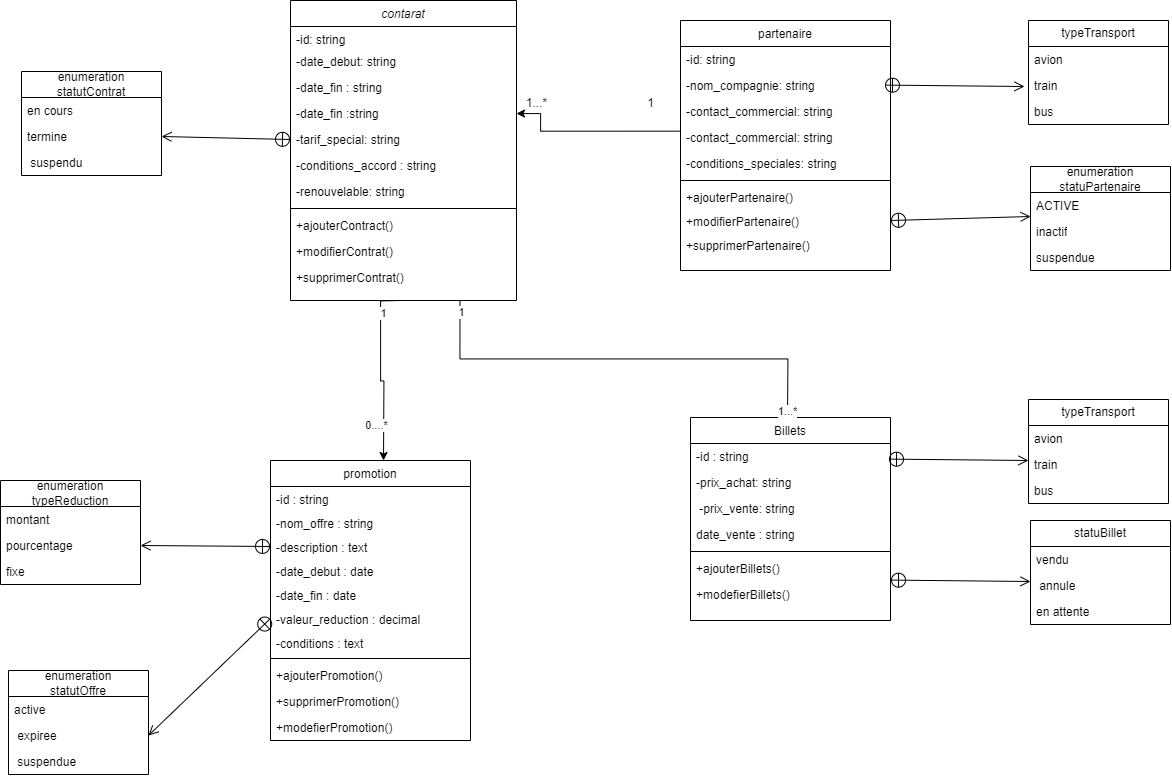
Before: assets/Diagramme sans nom.drawio (1).png, a diagram exported from draw.io (sanaa-ennaji/EcoMove). Source tidied: cells renumbered, new cells last; positions are measured from the earlier drawing's top-left corner, leaving out a move shared by most shapes.
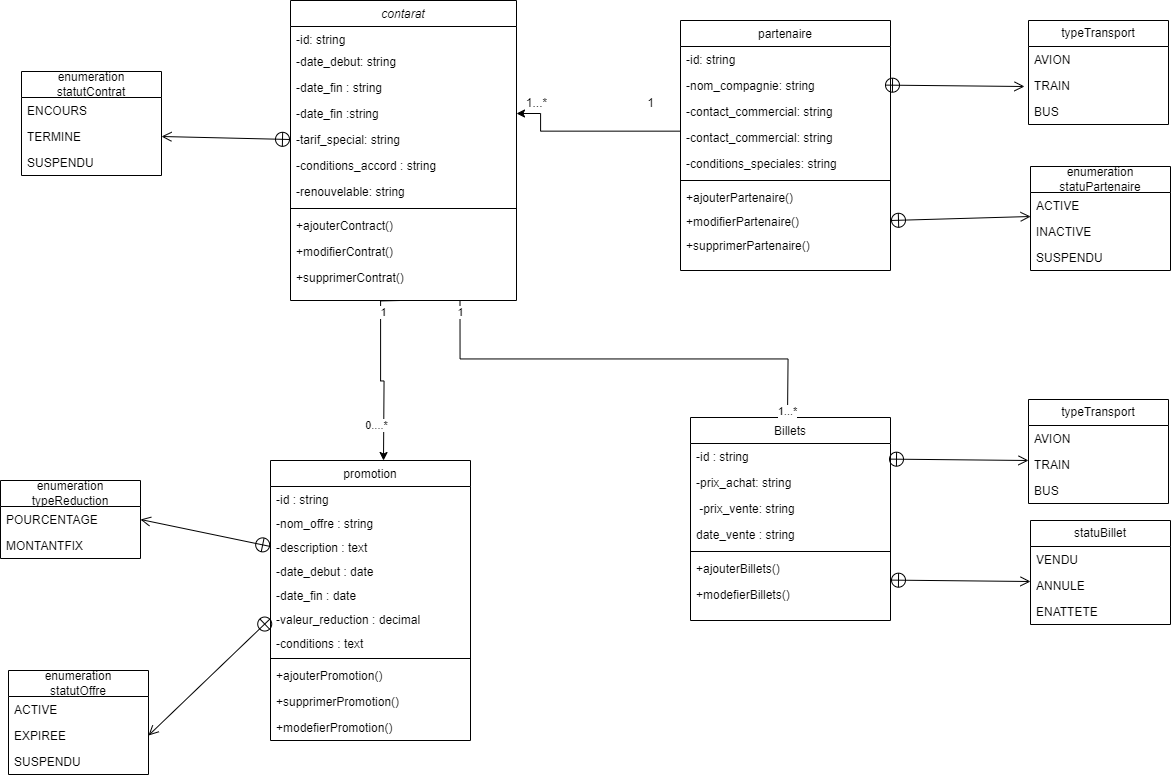
After the change.

What changed in the source:
```diff
@@ -171,13 +171,13 @@
     <mxCell id="53" value="&lt;div&gt;&lt;span style=&quot;text-align: left; text-wrap: nowrap;&quot;&gt;enumeration&lt;/span&gt;&lt;/div&gt;&lt;span style=&quot;text-align: left; text-wrap: nowrap;&quot;&gt;statutContrat&lt;/span&gt;" style="swimlane;fontStyle=0;horizontal=1;startSize=26;fillColor=none;whiteSpace=wrap;html=1;" parent="1" vertex="1">
       <mxGeometry x="21" y="71" width="140" height="104" as="geometry" />
     </mxCell>
-    <mxCell id="54" value="en cours" style="text;strokeColor=none;fillColor=none;align=left;verticalAlign=top;spacingLeft=4;spacingRight=4;overflow=hidden;whiteSpace=wrap;html=1;" parent="53" vertex="1">
+    <mxCell id="54" value="ENCOURS" style="text;strokeColor=none;fillColor=none;align=left;verticalAlign=top;spacingLeft=4;spacingRight=4;overflow=hidden;whiteSpace=wrap;html=1;" parent="53" vertex="1">
       <mxGeometry y="26" width="140" height="26" as="geometry" />
     </mxCell>
-    <mxCell id="55" value="termine" style="text;strokeColor=none;fillColor=none;align=left;verticalAlign=top;spacingLeft=4;spacingRight=4;overflow=hidden;points=[[0,0.5],[1,0.5]];portConstraint=eastwest;whiteSpace=wrap;html=1;" parent="53" vertex="1">
+    <mxCell id="55" value="TERMINE" style="text;strokeColor=none;fillColor=none;align=left;verticalAlign=top;spacingLeft=4;spacingRight=4;overflow=hidden;points=[[0,0.5],[1,0.5]];portConstraint=eastwest;whiteSpace=wrap;html=1;" parent="53" vertex="1">
       <mxGeometry y="52" width="140" height="26" as="geometry" />
     </mxCell>
-    <mxCell id="56" value="&amp;nbsp;suspendu" style="text;strokeColor=none;fillColor=none;align=left;verticalAlign=top;spacingLeft=4;spacingRight=4;overflow=hidden;whiteSpace=wrap;html=1;" parent="53" vertex="1">
+    <mxCell id="56" value="SUSPENDU" style="text;strokeColor=none;fillColor=none;align=left;verticalAlign=top;spacingLeft=4;spacingRight=4;overflow=hidden;whiteSpace=wrap;html=1;" parent="53" vertex="1">
       <mxGeometry y="78" width="140" height="26" as="geometry" />
     </mxCell>
     <mxCell id="57" style="endArrow=open;startArrow=circlePlus;endFill=0;startFill=0;endSize=8;html=1;rounded=0;exitX=0;exitY=0.5;exitDx=0;exitDy=0;entryX=1;entryY=0.5;entryDx=0;entryDy=0;" parent="1" edge="1" target="61">
@@ -193,26 +193,23 @@
     <mxCell id="59" value="&lt;div&gt;&lt;span style=&quot;text-align: left; text-wrap: nowrap;&quot;&gt;enumeration&lt;/span&gt;&lt;/div&gt;&lt;span style=&quot;text-align: left; text-wrap: nowrap;&quot;&gt;statutOffre&lt;/span&gt;" style="swimlane;fontStyle=0;horizontal=1;startSize=26;fillColor=none;whiteSpace=wrap;html=1;" parent="1" vertex="1">
       <mxGeometry x="8" y="670" width="140" height="104" as="geometry" />
     </mxCell>
-    <mxCell id="60" value="active" style="text;strokeColor=none;fillColor=none;align=left;verticalAlign=top;spacingLeft=4;spacingRight=4;overflow=hidden;whiteSpace=wrap;html=1;" parent="59" vertex="1">
+    <mxCell id="60" value="ACTIVE" style="text;strokeColor=none;fillColor=none;align=left;verticalAlign=top;spacingLeft=4;spacingRight=4;overflow=hidden;whiteSpace=wrap;html=1;" parent="59" vertex="1">
       <mxGeometry y="26" width="140" height="26" as="geometry" />
     </mxCell>
-    <mxCell id="61" value="&amp;nbsp;expiree" style="text;strokeColor=none;fillColor=none;align=left;verticalAlign=top;spacingLeft=4;spacingRight=4;overflow=hidden;points=[[0,0.5],[1,0.5]];portConstraint=eastwest;whiteSpace=wrap;html=1;" parent="59" vertex="1">
+    <mxCell id="61" value="EXPIREE" style="text;strokeColor=none;fillColor=none;align=left;verticalAlign=top;spacingLeft=4;spacingRight=4;overflow=hidden;points=[[0,0.5],[1,0.5]];portConstraint=eastwest;whiteSpace=wrap;html=1;" parent="59" vertex="1">
       <mxGeometry y="52" width="140" height="26" as="geometry" />
     </mxCell>
-    <mxCell id="62" value="&amp;nbsp;suspendue" style="text;strokeColor=none;fillColor=none;align=left;verticalAlign=top;spacingLeft=4;spacingRight=4;overflow=hidden;whiteSpace=wrap;html=1;" parent="59" vertex="1">
+    <mxCell id="62" value="SUSPENDU" style="text;strokeColor=none;fillColor=none;align=left;verticalAlign=top;spacingLeft=4;spacingRight=4;overflow=hidden;whiteSpace=wrap;html=1;" parent="59" vertex="1">
       <mxGeometry y="78" width="140" height="26" as="geometry" />
     </mxCell>
     <mxCell id="63" value="&lt;div&gt;&lt;span style=&quot;text-align: left; text-wrap: nowrap;&quot;&gt;enumeration&lt;/span&gt;&lt;/div&gt;&lt;span style=&quot;text-align: left; text-wrap: nowrap;&quot;&gt;typeReduction&lt;/span&gt;" style="swimlane;fontStyle=0;horizontal=1;startSize=26;fillColor=none;whiteSpace=wrap;html=1;" parent="1" vertex="1">
-      <mxGeometry y="480" width="140" height="104" as="geometry" />
+      <mxGeometry y="480" width="140" height="78" as="geometry" />
     </mxCell>
-    <mxCell id="64" value="montant&amp;nbsp;" style="text;strokeColor=none;fillColor=none;align=left;verticalAlign=top;spacingLeft=4;spacingRight=4;overflow=hidden;whiteSpace=wrap;html=1;" parent="63" vertex="1">
-      <mxGeometry y="26" width="140" height="26" as="geometry" />
-    </mxCell>
-    <mxCell id="65" value="pourcentage" style="text;strokeColor=none;fillColor=none;align=left;verticalAlign=top;spacingLeft=4;spacingRight=4;overflow=hidden;points=[[0,0.5],[1,0.5]];portConstraint=eastwest;whiteSpace=wrap;html=1;" parent="63" vertex="1">
-      <mxGeometry y="52" width="140" height="26" as="geometry" />
+    <mxCell id="65" value="POURCENTAGE" style="text;strokeColor=none;fillColor=none;align=left;verticalAlign=top;spacingLeft=4;spacingRight=4;overflow=hidden;points=[[0,0.5],[1,0.5]];portConstraint=eastwest;whiteSpace=wrap;html=1;" parent="63" vertex="1">
+      <mxGeometry y="26" width="140" height="26" as="geometry" />
     </mxCell>
-    <mxCell id="66" value="fixe" style="text;strokeColor=none;fillColor=none;align=left;verticalAlign=top;spacingLeft=4;spacingRight=4;overflow=hidden;whiteSpace=wrap;html=1;" parent="63" vertex="1">
-      <mxGeometry y="78" width="140" height="26" as="geometry" />
+    <mxCell id="66" value="MONTANTFIX" style="text;strokeColor=none;fillColor=none;align=left;verticalAlign=top;spacingLeft=4;spacingRight=4;overflow=hidden;whiteSpace=wrap;html=1;" parent="63" vertex="1">
+      <mxGeometry y="52" width="140" height="26" as="geometry" />
     </mxCell>
     <mxCell id="67" style="endArrow=open;startArrow=circlePlus;endFill=0;startFill=0;endSize=8;html=1;rounded=0;exitX=0;exitY=0.5;exitDx=0;exitDy=0;entryX=1;entryY=0.5;entryDx=0;entryDy=0;" parent="1" edge="1" source="17" target="65">
       <mxGeometry relative="1" as="geometry" />
@@ -226,22 +223,22 @@
     <mxCell id="70" value="ACTIVE" style="text;strokeColor=none;fillColor=none;align=left;verticalAlign=top;spacingLeft=4;spacingRight=4;overflow=hidden;whiteSpace=wrap;html=1;" parent="69" vertex="1">
       <mxGeometry y="26" width="140" height="26" as="geometry" />
     </mxCell>
-    <mxCell id="71" value="inactif" style="text;strokeColor=none;fillColor=none;align=left;verticalAlign=top;spacingLeft=4;spacingRight=4;overflow=hidden;points=[[0,0.5],[1,0.5]];portConstraint=eastwest;whiteSpace=wrap;html=1;" parent="69" vertex="1">
+    <mxCell id="71" value="INACTIVE" style="text;strokeColor=none;fillColor=none;align=left;verticalAlign=top;spacingLeft=4;spacingRight=4;overflow=hidden;points=[[0,0.5],[1,0.5]];portConstraint=eastwest;whiteSpace=wrap;html=1;" parent="69" vertex="1">
       <mxGeometry y="52" width="140" height="26" as="geometry" />
     </mxCell>
-    <mxCell id="72" value="suspendue" style="text;strokeColor=none;fillColor=none;align=left;verticalAlign=top;spacingLeft=4;spacingRight=4;overflow=hidden;whiteSpace=wrap;html=1;" parent="69" vertex="1">
+    <mxCell id="72" value="SUSPENDU" style="text;strokeColor=none;fillColor=none;align=left;verticalAlign=top;spacingLeft=4;spacingRight=4;overflow=hidden;whiteSpace=wrap;html=1;" parent="69" vertex="1">
       <mxGeometry y="78" width="140" height="26" as="geometry" />
     </mxCell>
     <mxCell id="73" value="statuBillet" style="swimlane;fontStyle=0;horizontal=1;startSize=26;fillColor=none;whiteSpace=wrap;html=1;" parent="1" vertex="1">
       <mxGeometry x="1030" y="520" width="140" height="104" as="geometry" />
     </mxCell>
-    <mxCell id="74" value="vendu" style="text;strokeColor=none;fillColor=none;align=left;verticalAlign=top;spacingLeft=4;spacingRight=4;overflow=hidden;whiteSpace=wrap;html=1;" parent="73" vertex="1">
+    <mxCell id="74" value="VENDU" style="text;strokeColor=none;fillColor=none;align=left;verticalAlign=top;spacingLeft=4;spacingRight=4;overflow=hidden;whiteSpace=wrap;html=1;" parent="73" vertex="1">
       <mxGeometry y="26" width="140" height="26" as="geometry" />
     </mxCell>
-    <mxCell id="75" value="&amp;nbsp;annule" style="text;strokeColor=none;fillColor=none;align=left;verticalAlign=top;spacingLeft=4;spacingRight=4;overflow=hidden;whiteSpace=wrap;html=1;" parent="73" vertex="1">
+    <mxCell id="75" value="ANNULE" style="text;strokeColor=none;fillColor=none;align=left;verticalAlign=top;spacingLeft=4;spacingRight=4;overflow=hidden;whiteSpace=wrap;html=1;" parent="73" vertex="1">
       <mxGeometry y="52" width="140" height="26" as="geometry" />
     </mxCell>
-    <mxCell id="76" value="en attente" style="text;strokeColor=none;fillColor=none;align=left;verticalAlign=top;spacingLeft=4;spacingRight=4;overflow=hidden;whiteSpace=wrap;html=1;" parent="73" vertex="1">
+    <mxCell id="76" value="ENATTETE" style="text;strokeColor=none;fillColor=none;align=left;verticalAlign=top;spacingLeft=4;spacingRight=4;overflow=hidden;whiteSpace=wrap;html=1;" parent="73" vertex="1">
       <mxGeometry y="78" width="140" height="26" as="geometry" />
     </mxCell>
     <mxCell id="77" style="endArrow=open;startArrow=circlePlus;endFill=0;startFill=0;endSize=8;html=1;rounded=0;exitX=1;exitY=0.254;exitDx=0;exitDy=0;exitPerimeter=0;" parent="1" edge="1">
@@ -253,13 +250,13 @@
     <mxCell id="78" value="typeTransport" style="swimlane;fontStyle=0;horizontal=1;startSize=26;fillColor=none;whiteSpace=wrap;html=1;" parent="1" vertex="1">
       <mxGeometry x="1028" y="399" width="140" height="104" as="geometry" />
     </mxCell>
-    <mxCell id="79" value="avion" style="text;strokeColor=none;fillColor=none;align=left;verticalAlign=top;spacingLeft=4;spacingRight=4;overflow=hidden;whiteSpace=wrap;html=1;" parent="78" vertex="1">
+    <mxCell id="79" value="AVION" style="text;strokeColor=none;fillColor=none;align=left;verticalAlign=top;spacingLeft=4;spacingRight=4;overflow=hidden;whiteSpace=wrap;html=1;" parent="78" vertex="1">
       <mxGeometry y="26" width="140" height="26" as="geometry" />
     </mxCell>
-    <mxCell id="80" value="train" style="text;strokeColor=none;fillColor=none;align=left;verticalAlign=top;spacingLeft=4;spacingRight=4;overflow=hidden;whiteSpace=wrap;html=1;" parent="78" vertex="1">
+    <mxCell id="80" value="TRAIN" style="text;strokeColor=none;fillColor=none;align=left;verticalAlign=top;spacingLeft=4;spacingRight=4;overflow=hidden;whiteSpace=wrap;html=1;" parent="78" vertex="1">
       <mxGeometry y="52" width="140" height="26" as="geometry" />
     </mxCell>
-    <mxCell id="81" value="bus" style="text;strokeColor=none;fillColor=none;align=left;verticalAlign=top;spacingLeft=4;spacingRight=4;overflow=hidden;whiteSpace=wrap;html=1;" parent="78" vertex="1">
+    <mxCell id="81" value="BUS" style="text;strokeColor=none;fillColor=none;align=left;verticalAlign=top;spacingLeft=4;spacingRight=4;overflow=hidden;whiteSpace=wrap;html=1;" parent="78" vertex="1">
       <mxGeometry y="78" width="140" height="26" as="geometry" />
     </mxCell>
     <mxCell id="82" style="endArrow=open;startArrow=circlePlus;endFill=0;startFill=0;endSize=8;html=1;rounded=0;exitX=1;exitY=0.254;exitDx=0;exitDy=0;exitPerimeter=0;" parent="1" edge="1">
@@ -271,13 +268,13 @@
     <mxCell id="83" value="typeTransport" style="swimlane;fontStyle=0;horizontal=1;startSize=26;fillColor=none;whiteSpace=wrap;html=1;" parent="1" vertex="1">
       <mxGeometry x="1028" y="20" width="140" height="104" as="geometry" />
     </mxCell>
-    <mxCell id="84" value="avion" style="text;strokeColor=none;fillColor=none;align=left;verticalAlign=top;spacingLeft=4;spacingRight=4;overflow=hidden;whiteSpace=wrap;html=1;" parent="83" vertex="1">
+    <mxCell id="84" value="AVION" style="text;strokeColor=none;fillColor=none;align=left;verticalAlign=top;spacingLeft=4;spacingRight=4;overflow=hidden;whiteSpace=wrap;html=1;" parent="83" vertex="1">
       <mxGeometry y="26" width="140" height="26" as="geometry" />
     </mxCell>
-    <mxCell id="85" value="train" style="text;strokeColor=none;fillColor=none;align=left;verticalAlign=top;spacingLeft=4;spacingRight=4;overflow=hidden;whiteSpace=wrap;html=1;" parent="83" vertex="1">
+    <mxCell id="85" value="TRAIN" style="text;strokeColor=none;fillColor=none;align=left;verticalAlign=top;spacingLeft=4;spacingRight=4;overflow=hidden;whiteSpace=wrap;html=1;" parent="83" vertex="1">
       <mxGeometry y="52" width="140" height="26" as="geometry" />
     </mxCell>
-    <mxCell id="86" value="bus" style="text;strokeColor=none;fillColor=none;align=left;verticalAlign=top;spacingLeft=4;spacingRight=4;overflow=hidden;whiteSpace=wrap;html=1;" parent="83" vertex="1">
+    <mxCell id="86" value="BUS" style="text;strokeColor=none;fillColor=none;align=left;verticalAlign=top;spacingLeft=4;spacingRight=4;overflow=hidden;whiteSpace=wrap;html=1;" parent="83" vertex="1">
       <mxGeometry y="78" width="140" height="26" as="geometry" />
     </mxCell>
     <mxCell id="87" style="endArrow=open;startArrow=circlePlus;endFill=0;startFill=0;endSize=8;html=1;rounded=0;exitX=1;exitY=0.254;exitDx=0;exitDy=0;exitPerimeter=0;" parent="1" edge="1">
```
